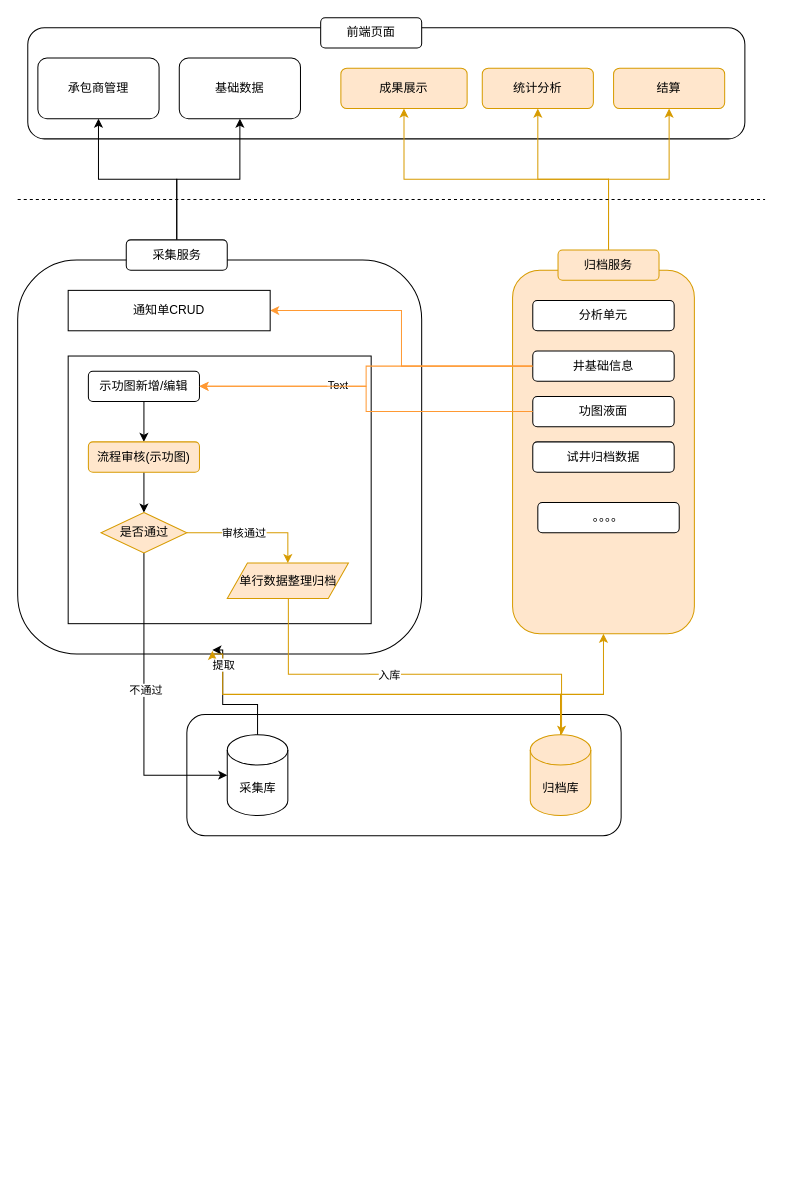
Earlier version of the draw.io diagram 未命名绘图.drawio (eee1397/docker-compose-demo). Source tidied: cells renumbered, new cells numbered last; positions are measured from the earlier drawing's top-left corner, leaving out a move shared by most shapes. Both pictures are drawn from the tidied source at 101%, with x=0, y=0 at pixel (17, 17).
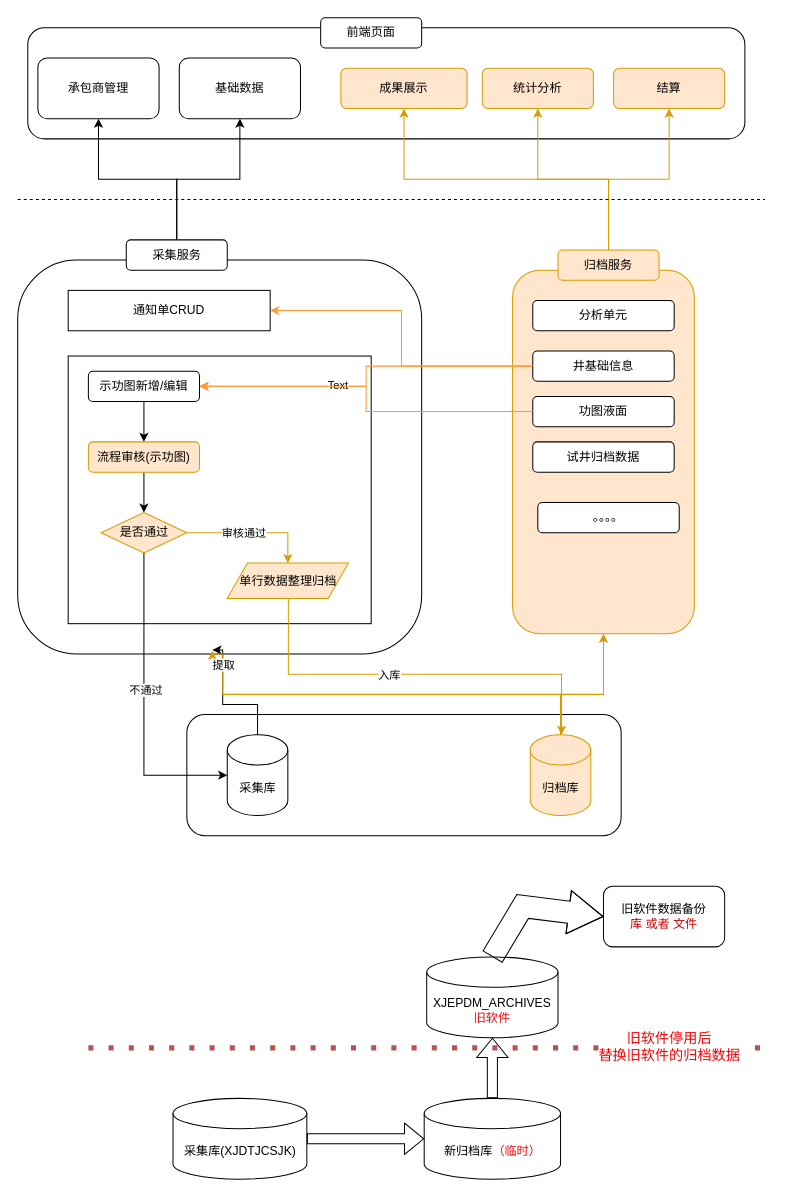
After the change.

Commit message:
更新未命名绘图.drawio

What changed in the source:
```diff
@@
+    <mxCell id="49" value="采集库(XJDTJCSJK)" style="shape=cylinder3;whiteSpace=wrap;html=1;boundedLbl=1;backgroundOutline=1;size=15;" parent="1" vertex="1">
+      <mxGeometry x="153.8" y="1070" width="132.5" height="80" as="geometry" />
+    </mxCell>
+    <mxCell id="50" value="新归档库&lt;font style=&quot;color: light-dark(rgb(247, 8, 8), rgb(237, 237, 237));&quot;&gt;（临时）&lt;/font&gt;" style="shape=cylinder3;whiteSpace=wrap;html=1;boundedLbl=1;backgroundOutline=1;size=15;" parent="1" vertex="1">
+      <mxGeometry x="402.5" y="1070" width="135" height="80" as="geometry" />
+    </mxCell>
+    <mxCell id="51" value="XJEPDM_ARCHIVES&lt;div&gt;&lt;font style=&quot;color: light-dark(rgb(245, 10, 10), rgb(237, 237, 237));&quot;&gt;旧软件&lt;/font&gt;&lt;/div&gt;" style="shape=cylinder3;whiteSpace=wrap;html=1;boundedLbl=1;backgroundOutline=1;size=15;" parent="1" vertex="1">
+      <mxGeometry x="405" y="930" width="130" height="80" as="geometry" />
+    </mxCell>
+    <mxCell id="52" style="shape=flexArrow;endArrow=classic;html=1;rounded=0;exitX=0.5;exitY=0;exitDx=0;exitDy=0;exitPerimeter=0;" parent="1" edge="1" source="50">
+      <mxGeometry relative="1" as="geometry">
+        <mxPoint x="470" y="1010" as="targetPoint" />
+      </mxGeometry>
+    </mxCell>
+    <mxCell id="53" value="&lt;div&gt;&lt;br&gt;&lt;/div&gt;&lt;div&gt;&lt;br&gt;&lt;/div&gt;" style="edgeLabel;html=1;align=center;verticalAlign=middle;" parent="52" vertex="1">
+      <mxGeometry x="-0.06" y="-3" relative="1" as="geometry" />
+    </mxCell>
+    <mxCell id="54" style="shape=flexArrow;endArrow=classic;html=1;rounded=0;width=22;endSize=11.06;exitX=0.5;exitY=0;exitDx=0;exitDy=0;exitPerimeter=0;entryX=0;entryY=0.5;entryDx=0;entryDy=0;" parent="1" edge="1" source="51" target="55">
+      <mxGeometry relative="1" as="geometry">
+        <Array as="points">
+          <mxPoint x="500" y="880" />
+        </Array>
+      </mxGeometry>
+    </mxCell>
+    <mxCell id="55" value="旧软件数据备份&lt;div&gt;&lt;font style=&quot;color: rgb(204, 0, 0);&quot;&gt;库 或者 文件&lt;/font&gt;&lt;/div&gt;" style="rounded=1;whiteSpace=wrap;html=1;" parent="1" vertex="1">
+      <mxGeometry x="580" y="860" width="120" height="60" as="geometry" />
+    </mxCell>
+    <mxCell id="56" style="endArrow=none;dashed=1;html=1;dashPattern=1 3;strokeWidth=5;rounded=0;fillColor=#f8cecc;strokeColor=#b85450;" parent="1" edge="1">
+      <mxGeometry relative="1" as="geometry">
+        <mxPoint x="70" y="1020" as="sourcePoint" />
+        <mxPoint x="740" y="1020" as="targetPoint" />
+      </mxGeometry>
+    </mxCell>
+    <mxCell id="57" value="旧软件停用后&lt;div&gt;替换旧软件的归档数据&lt;/div&gt;" style="edgeLabel;html=1;align=center;verticalAlign=middle;fontColor=light-dark(#f70202, #ededed);spacing=-8;fontSize=14;" parent="56" vertex="1">
+      <mxGeometry x="0.74" y="2" relative="1" as="geometry">
+        <mxPoint x="-9" as="offset" />
+      </mxGeometry>
+    </mxCell>
+    <mxCell id="58" style="shape=flexArrow;endArrow=classic;html=1;rounded=0;entryX=0;entryY=0.5;entryDx=0;entryDy=0;entryPerimeter=0;exitX=1;exitY=0.5;exitDx=0;exitDy=0;exitPerimeter=0;" parent="1" edge="1" source="49" target="50">
+      <mxGeometry relative="1" as="geometry" />
+    </mxCell>
```
